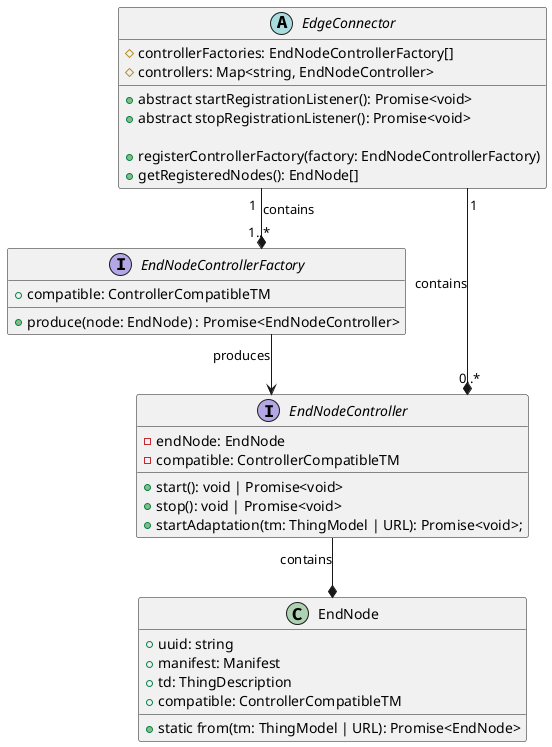
Earlier version of the PlantUML export uml/Class/citylink-edgenode.png (les2feup/CityLink). Its diagram source:
```plantuml
@startuml
skinparam linetype ortho
hide empty members

abstract EdgeConnector {
    # controllerFactories: EndNodeControllerFactory[]
    # controllers: Map<string, EndNodeController>

    + abstract startRegistrationListener(): Promise<void>
    + abstract stopRegistrationListener(): Promise<void>

    + registerControllerFactory(factory: EndNodeControllerFactory)
    + getRegisteredNodes(): EndNode[]
}

interface EndNodeControllerFactory {
    + compatible: ControllerCompatibleTM
    + produce(node: EndNode) : Promise<EndNodeController>
}

interface EndNodeController{
    - endNode: EndNode
    - compatible: ControllerCompatibleTM

    + start(): void | Promise<void>
    + stop(): void | Promise<void>
    + startAdaptation(tm: ThingModel | URL): Promise<void>;
}

class EndNode{
    + uuid: string
    + manifest: Manifest
    + td: ThingDescription
    + compatible: ControllerCompatibleTM

    + static from(tm: ThingModel | URL): Promise<EndNode>
}

EndNodeController --* EndNode : contains
EndNodeControllerFactory --> EndNodeController : produces
EdgeConnector "1" --* "0..*" EndNodeController : contains
EdgeConnector "1" --* "1..*" EndNodeControllerFactory : contains

@enduml
```
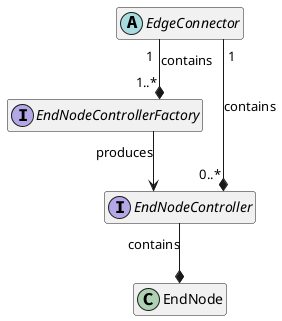
The same file after the commit.

Diff of the diagram source:
```diff
@@ -1,6 +1,6 @@
 @startuml
 skinparam linetype ortho
-hide empty members
+hide members
 
 abstract EdgeConnector {
     # controllerFactories: EndNodeControllerFactory[]
@@ -38,7 +38,7 @@
 
 EndNodeController --* EndNode : contains
 EndNodeControllerFactory --> EndNodeController : produces
-EdgeConnector "1" --* "0..*" EndNodeController : contains
-EdgeConnector "1" --* "1..*" EndNodeControllerFactory : contains
+EdgeConnector "1" --* "0..*\t  " EndNodeController : contains
+EdgeConnector "1" --* "1..*\t   " EndNodeControllerFactory : contains
 
 @enduml
```
